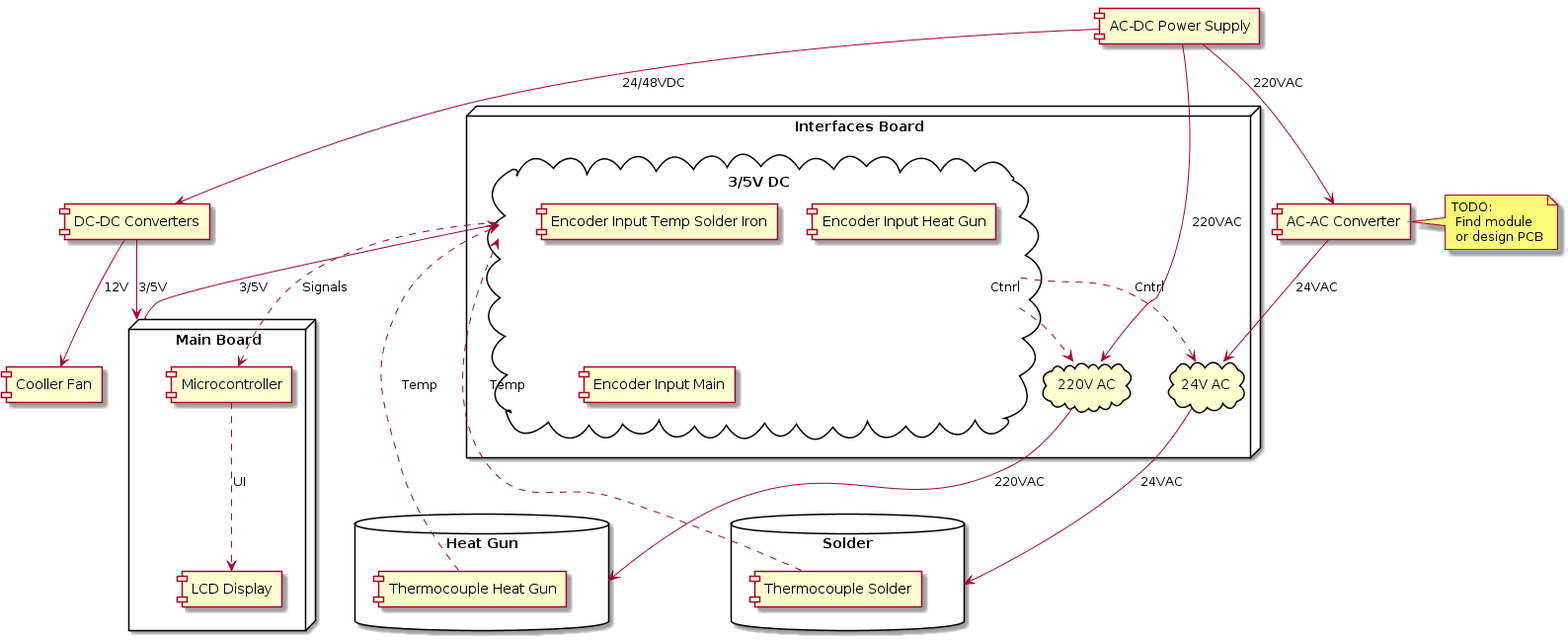
Earlier version of the PlantUML export out/doc/device_structure/device_structure.png (keyfour/Phixilab-Soldering-Station).
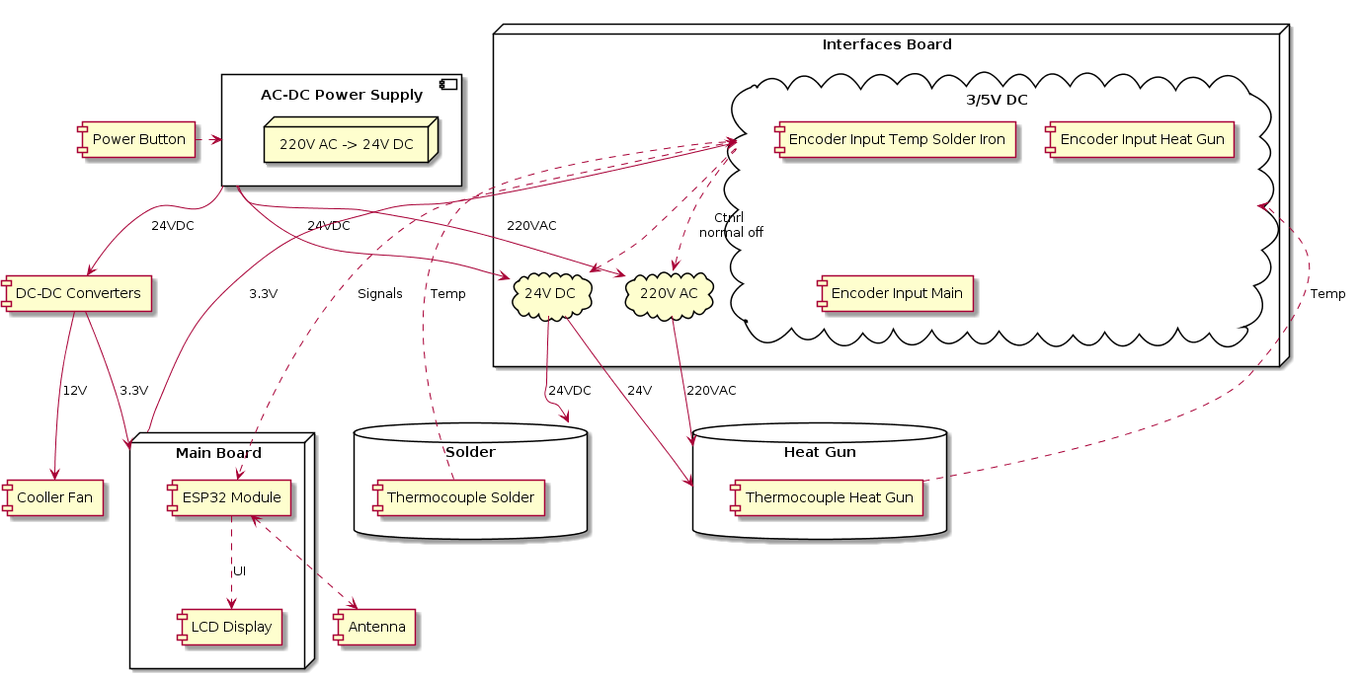
The same file after the commit.

Commit message:
Changes device structure

* change power sources
* add button
* rename main _MCU_

Change to the diagram source:
```diff
@@ -1,9 +1,12 @@
 @startuml
 
-component "AC-DC Power Supply" as power
+component "AC-DC Power Supply" as power {
+    node "220V AC -> 24V DC"
+}
 component "DC-DC Converters" as converter
-component "AC-AC Converter" as aconverter
 component "Cooller Fan" as cooller
+component "Antenna" as antenna
+component "Power Button" as button
 
 database "Solder" as solder {
     component "Thermocouple Solder" as thcSolder
@@ -15,7 +18,7 @@
 
 node "Main Board" as main {
     component "LCD Display" as display
-    component "Microcontroller" as mcu
+    component "ESP32 Module " as mcu
 }
 
 node "Interfaces Board" as interfaces {
@@ -25,18 +28,18 @@
         component "Encoder Input Main" as inputMain
     }
     cloud "220V AC" as hvdomain
-    cloud "24V AC"  as mvdomain
+    cloud "24V DC"  as mvdomain
 }
 
-power --> converter : 24/48VDC
+power --> converter : 24VDC
 power --> hvdomain : 220VAC
-power --> aconverter : 220VAC
-converter --> main : 3/5V
+power --> mvdomain : 24VDC
+converter --> main : 3.3V
 converter --> cooller : 12V
-aconverter --> mvdomain : 24VAC
-mvdomain -down-> solder : 24VAC
+mvdomain -down-> solder : 24VDC
 hvdomain -down-> gun : 220VAC
-main --> lvdomain : 3/5V
+main --> lvdomain : 3.3V
+mvdomain --> gun : 24V
 
 thcSolder ..> lvdomain : Temp
 thcHeat ..> lvdomain : Temp
@@ -44,14 +47,11 @@
 lvdomain ...> mcu : Signals
 mcu ..> display : UI
 
-lvdomain ..> hvdomain : Ctnrl
-lvdomain ..> mvdomain : Cntrl
+lvdomain ..> hvdomain : Ctnrl\n normal off
+lvdomain ..> mvdomain
 
-note right of [aconverter]
-  TODO:
-   Find module
-   or design PCB
-end note
+mcu <..> antenna
 
+button .r.> power
 
 @enduml
```
